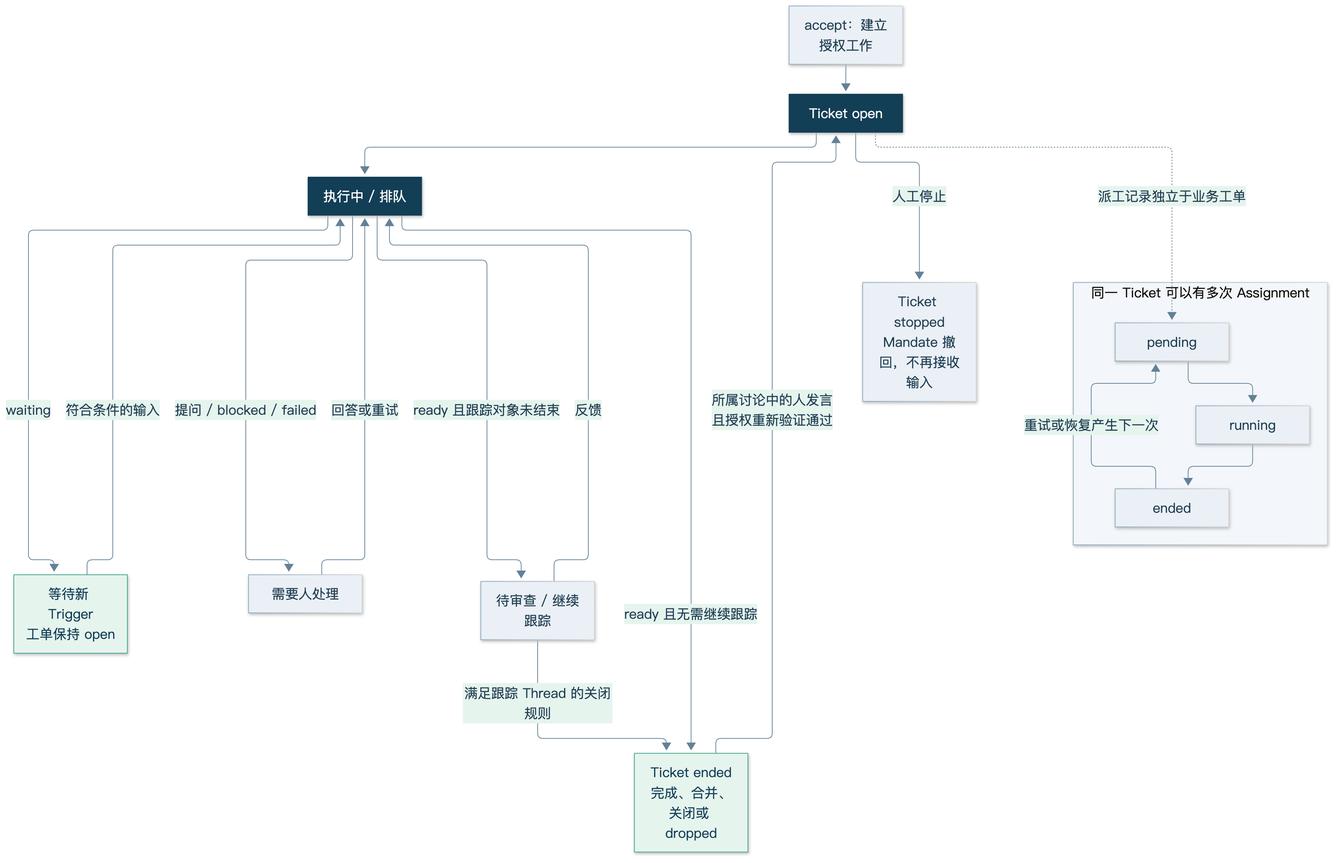
Before: assets/diagrams/lifecycle.png, a diagram exported from Mermaid (yang0228/dsh-superagent-analysis). Its source is kept beside it as assets/diagrams/lifecycle.mmd.
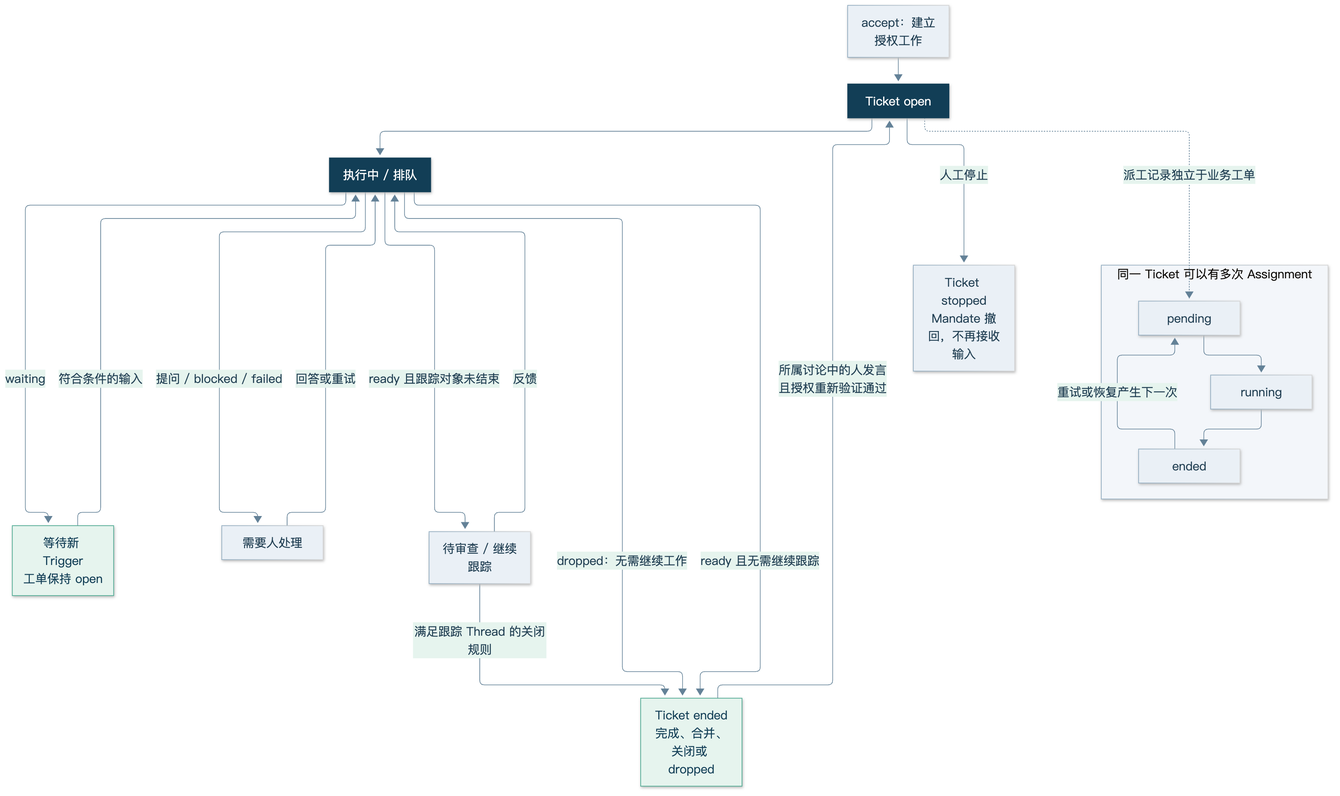
The same file after the commit.

Commit message:
docs: complete dropped lifecycle path after review

Diff of the diagram source:
```diff
@@ -7,6 +7,7 @@
   PERSON -->|回答或重试| RUN
   RUN -->|ready 且跟踪对象未结束| REVIEW["待审查 / 继续跟踪"]
   REVIEW -->|反馈| RUN
+  RUN -->|dropped：无需继续工作| END
   RUN -->|ready 且无需继续跟踪| END["Ticket ended<br/>完成、合并、关闭或 dropped"]
   REVIEW -->|满足跟踪 Thread 的关闭规则| END
   END -->|所属讨论中的人发言<br/>且授权重新验证通过| O
```
